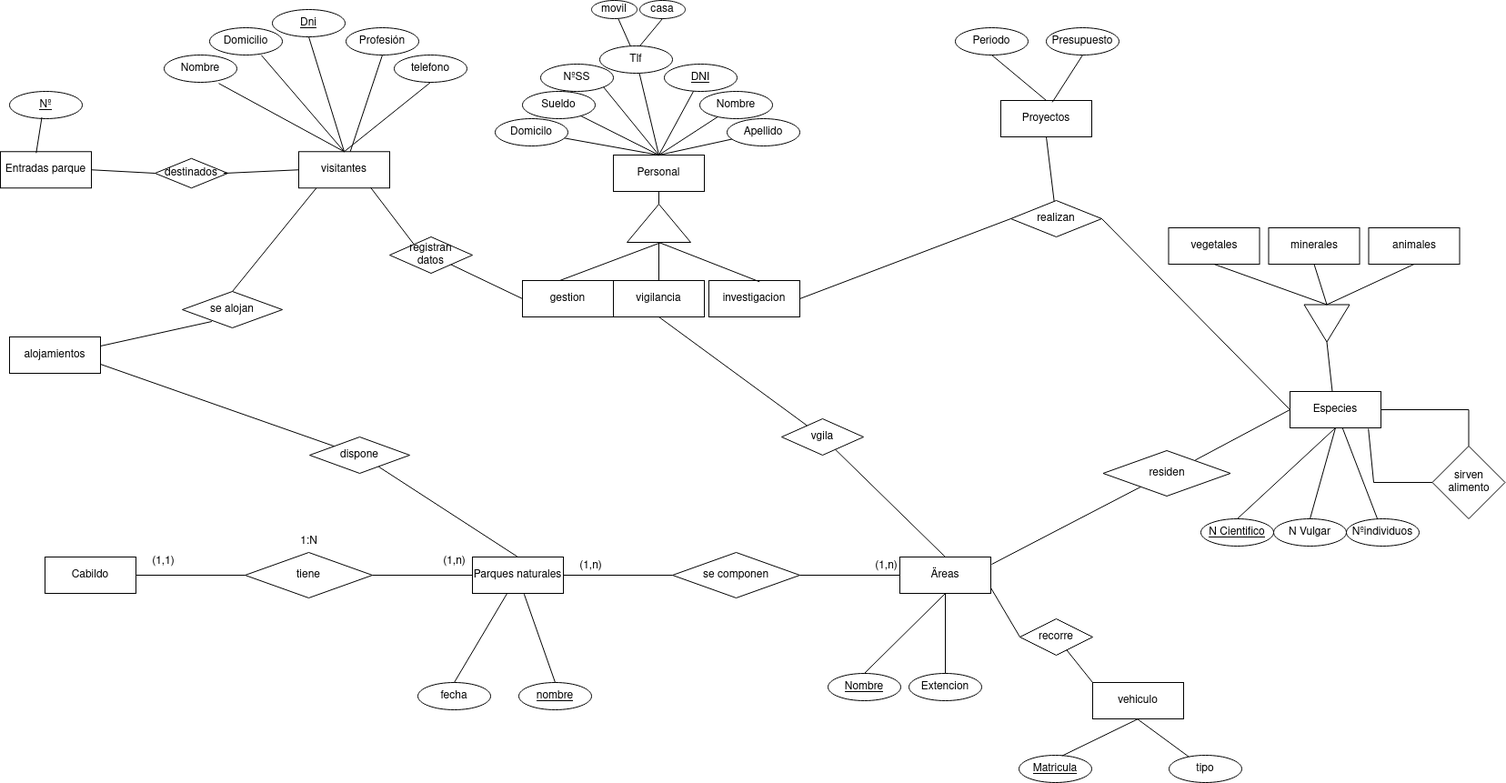
The draw.io diagram Ejercicios/tarea2/tarea_E/diagramaFinal.png in adogonz23/BAE, before a commit. Source tidied: cells renumbered, new cells last; positions are measured from the earlier drawing's top-left corner, leaving out a move shared by most shapes.
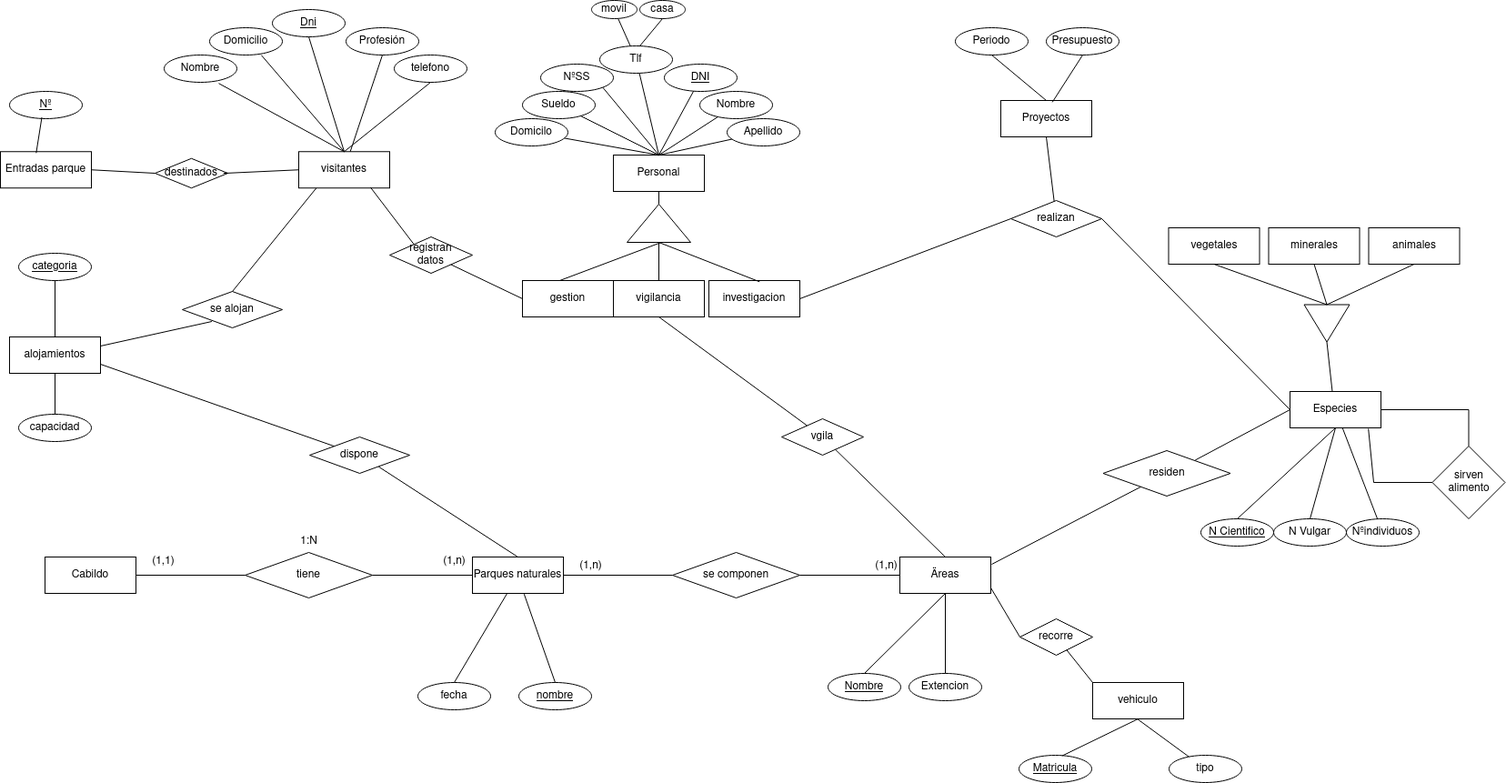
After the change.

Change to the diagram source:
```diff
@@ -376,5 +376,17 @@
     <mxCell id="119" style="endArrow=none;html=1;rounded=0;entryX=0.5;entryY=0;entryDx=0;entryDy=0;" parent="1" edge="1" source="3" target="116">
       <mxGeometry relative="1" as="geometry" />
     </mxCell>
+    <mxCell id="120" value="&lt;u&gt;categoria&lt;/u&gt;" style="ellipse;whiteSpace=wrap;html=1;" parent="1" vertex="1">
+      <mxGeometry x="20" y="278" width="80" height="30" as="geometry" />
+    </mxCell>
+    <mxCell id="121" value="capacidad" style="ellipse;whiteSpace=wrap;html=1;" parent="1" vertex="1">
+      <mxGeometry x="20" y="455" width="80" height="30" as="geometry" />
+    </mxCell>
+    <mxCell id="122" style="endArrow=none;html=1;rounded=0;exitX=0.5;exitY=0;exitDx=0;exitDy=0;entryX=0.5;entryY=1;entryDx=0;entryDy=0;" parent="1" edge="1" source="55" target="120">
+      <mxGeometry relative="1" as="geometry" />
+    </mxCell>
+    <mxCell id="123" style="endArrow=none;html=1;rounded=0;entryX=0.5;entryY=1;entryDx=0;entryDy=0;" parent="1" edge="1" source="121" target="55">
+      <mxGeometry relative="1" as="geometry" />
+    </mxCell>
   </root>
 </mxGraphModel>
```
